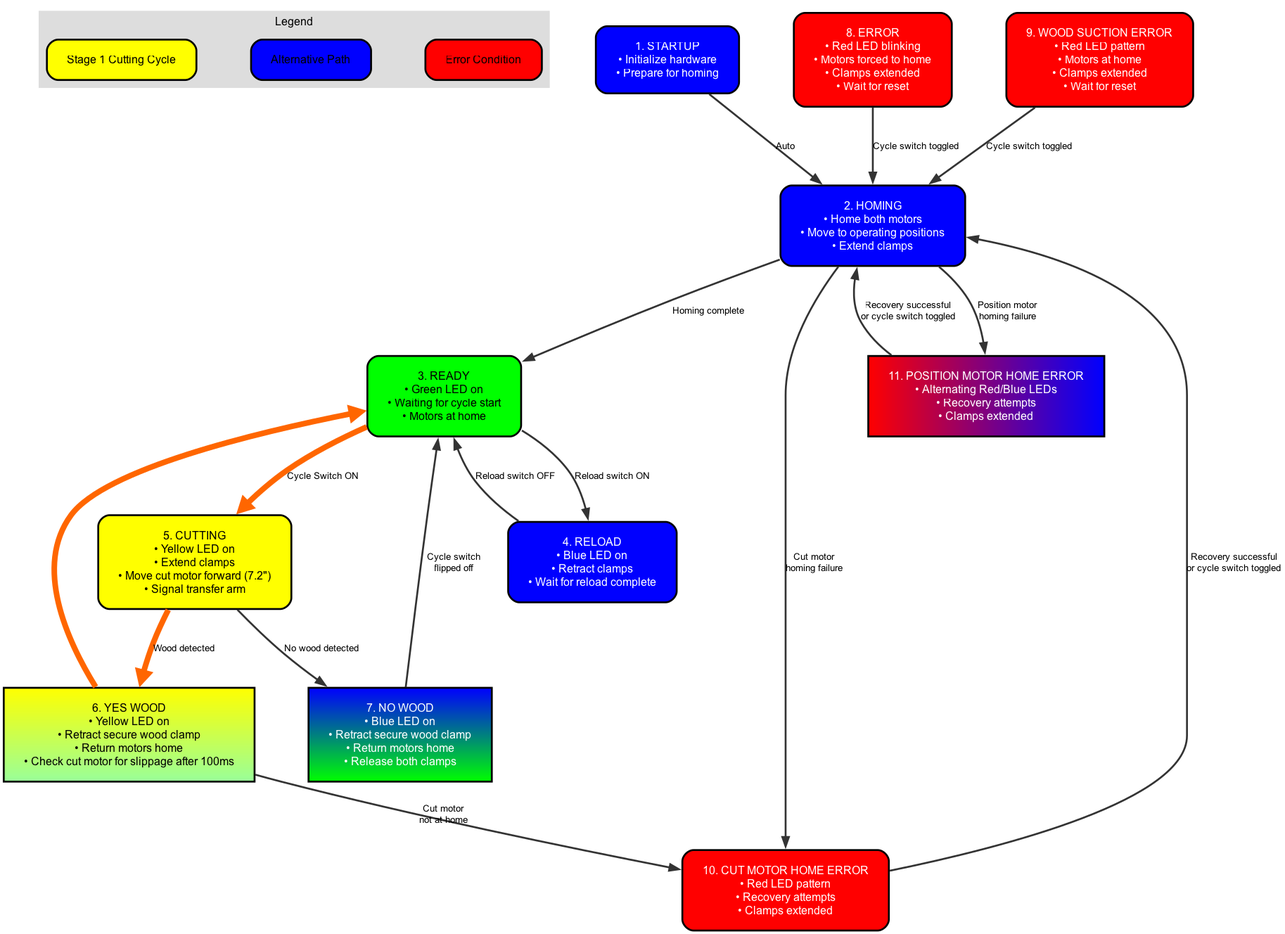
The Graphviz diagram flowcharts/png_files/cutting_machine_flowchart.png in akivaweil/Stage-1-Mar25, before a commit. Its source is kept beside it as flowcharts/dot_files/cutting_machine_flowchart.dot.
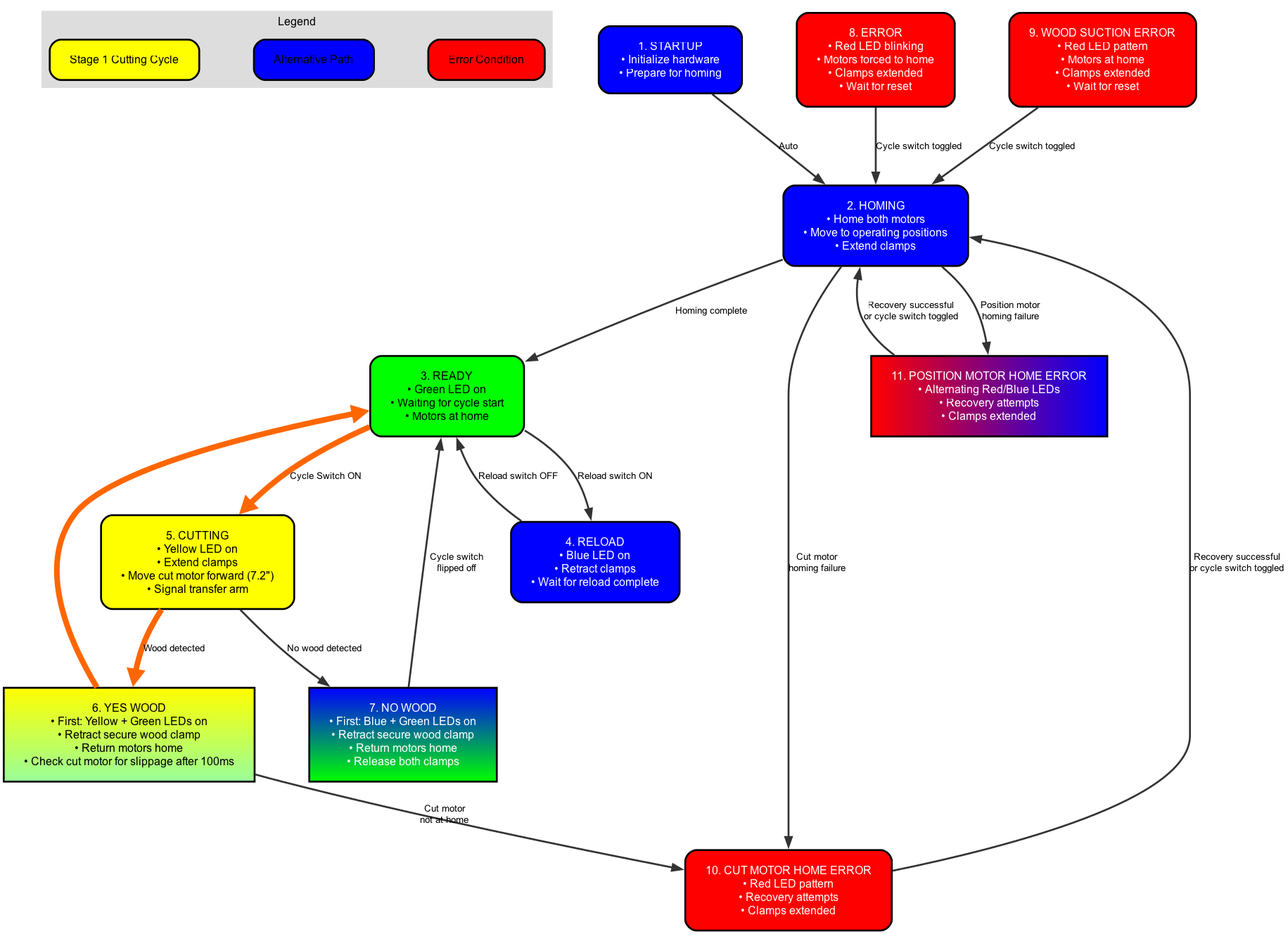
Above is the later version.

Commit message:
Updated flowcharts and code to set LED indicators at the beginning of YESWOOD and NOWOOD states. Green+Yellow LEDs for YESWOOD and Green+Blue LEDs for NOWOOD

Change to the diagram source:
```diff
@@ -19,8 +19,8 @@
   READY [label="3. READY\n• Green LED on\n• Waiting for cycle start\n• Motors at home", fillcolor="#00FF00"];
   RELOAD [label="4. RELOAD\n• Blue LED on\n• Retract clamps\n• Wait for reload complete", fillcolor="#0000FF", fontcolor="white"];
   CUTTING [label="5. CUTTING\n• Yellow LED on\n• Extend clamps\n• Move cut motor forward (7.2\")\n• Signal transfer arm", fillcolor="#FFFF00"];
-  YESWOOD [label="6. YES WOOD\n• Yellow LED on\n• Retract secure wood clamp\n• Return motors home\n• Check cut motor for slippage after 100ms", style="filled", fillcolor="#FFFF00:#99FF99", gradientangle=270];
-  NOWOOD [label="7. NO WOOD\n• Blue LED on\n• Retract secure wood clamp\n• Return motors home\n• Release both clamps", style="filled", fillcolor="#0000FF:#00FF00", fontcolor="white", gradientangle=270];
+  YESWOOD [label="6. YES WOOD\n• First: Yellow + Green LEDs on\n• Retract secure wood clamp\n• Return motors home\n• Check cut motor for slippage after 100ms", style="filled", fillcolor="#FFFF00:#99FF99", gradientangle=270];
+  NOWOOD [label="7. NO WOOD\n• First: Blue + Green LEDs on\n• Retract secure wood clamp\n• Return motors home\n• Release both clamps", style="filled", fillcolor="#0000FF:#00FF00", fontcolor="white", gradientangle=270];
   ERROR [label="8. ERROR\n• Red LED blinking\n• Motors forced to home\n• Clamps extended\n• Wait for reset", fillcolor="#FF0000", fontcolor="white"];
   WOOD_SUCTION_ERROR [label="9. WOOD SUCTION ERROR\n• Red LED pattern\n• Motors at home\n• Clamps extended\n• Wait for reset", fillcolor="#FF0000", fontcolor="white"];
   CUT_MOTOR_HOME_ERROR [label="10. CUT MOTOR HOME ERROR\n• Red LED pattern\n• Recovery attempts\n• Clamps extended", fillcolor="#FF0000", fontcolor="white"];
```
